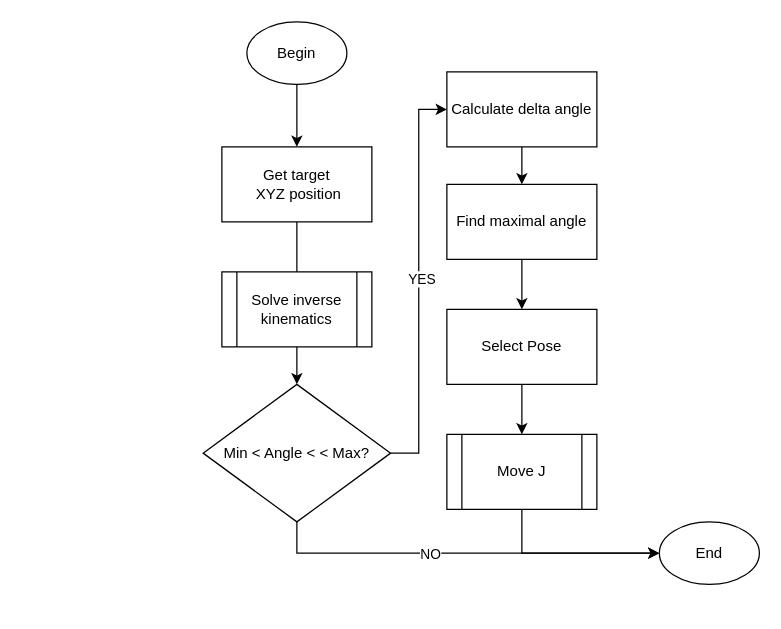
This is Src/extra/Move L.drawio from foxybbb/diploma-bachelor, a draw.io file, before an edit. Source tidied: cells renumbered, new cells numbered last; positions are measured from the earlier drawing's top-left corner, leaving out a move shared by most shapes. Both pictures are drawn from the tidied source at 125%, with x=0, y=0 at pixel (202, 21).
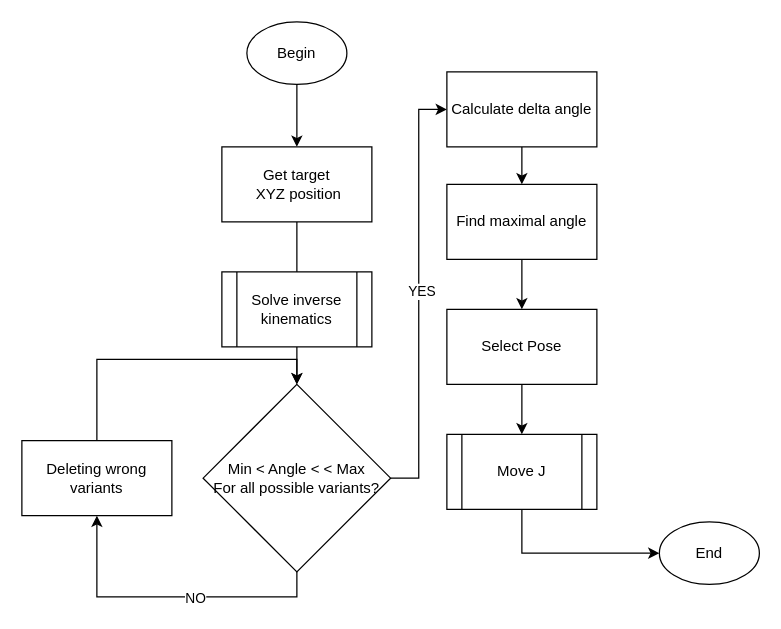
Above is the later version.

The change refers to these unchanged cells:
```xml
<mxCell id="4" value="End" style="ellipse;whiteSpace=wrap;html=1;" parent="1" vertex="1">
  <mxGeometry x="365" y="400" width="80" height="50" as="geometry" />
</mxCell>
```

What changed in the source:
```diff
@@
-    <mxCell id="7" style="edgeStyle=orthogonalEdgeStyle;rounded=0;jettySize=auto;html=1;exitX=0.5;exitY=1;exitDx=0;exitDy=0;" parent="1" edge="1" source="11" target="4">
+    <mxCell id="7" style="edgeStyle=orthogonalEdgeStyle;rounded=0;jettySize=auto;html=1;exitX=0.5;exitY=1;exitDx=0;exitDy=0;entryX=0.5;entryY=1;entryDx=0;entryDy=0;" parent="1" edge="1" source="11" target="23">
       <mxGeometry relative="1" as="geometry" />
     </mxCell>
@@
-    <mxCell id="11" value="Min &amp;lt; Angle &amp;lt; &amp;lt; Max?" style="rhombus;whiteSpace=wrap;html=1;" parent="1" vertex="1">
-      <mxGeometry y="290" width="150" height="110" as="geometry" />
+    <mxCell id="11" value="Min &amp;lt; Angle &amp;lt; &amp;lt; Max&lt;br&gt;For all possible variants?" style="rhombus;whiteSpace=wrap;html=1;" parent="1" vertex="1">
+      <mxGeometry y="290" width="150" height="150" as="geometry" />
     </mxCell>
@@
+    <mxCell id="22" style="edgeStyle=orthogonalEdgeStyle;rounded=0;jettySize=auto;html=1;exitX=0.5;exitY=0;exitDx=0;exitDy=0;entryX=0.5;entryY=0;entryDx=0;entryDy=0;" parent="1" edge="1" source="23" target="11">
+      <mxGeometry relative="1" as="geometry" />
+    </mxCell>
+    <mxCell id="23" value="Deleting wrong variants" style="rounded=0;whiteSpace=wrap;html=1;" parent="1" vertex="1">
+      <mxGeometry x="-145" y="335" width="120" height="60" as="geometry" />
+    </mxCell>
```
